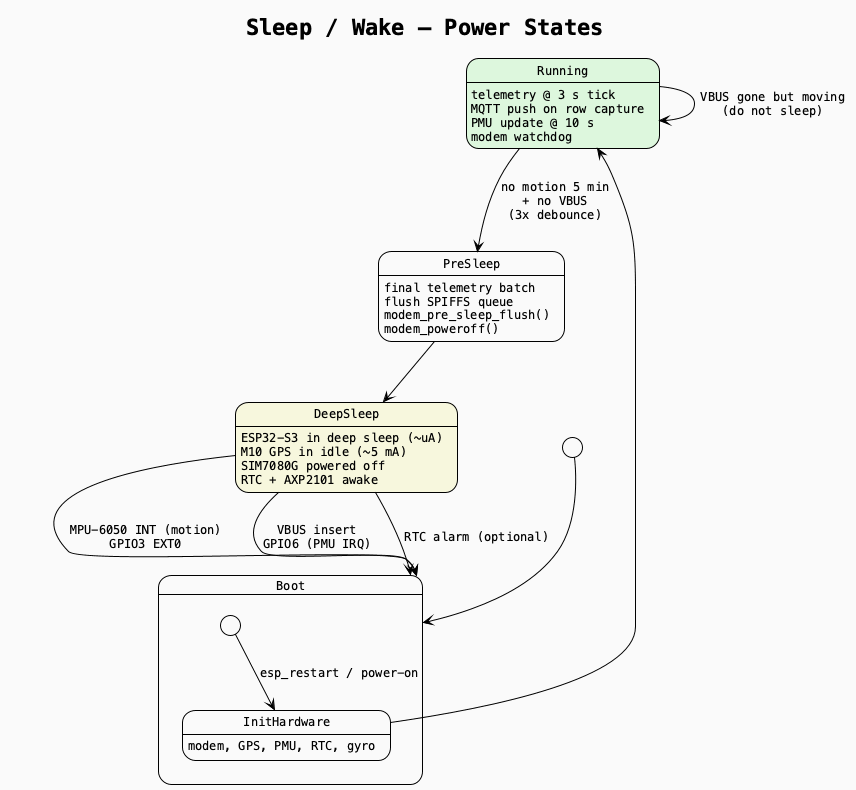
This is docs/sleep_wake.png from TheInGoF/IDTelemetry, a PlantUML export, as it was before one commit.
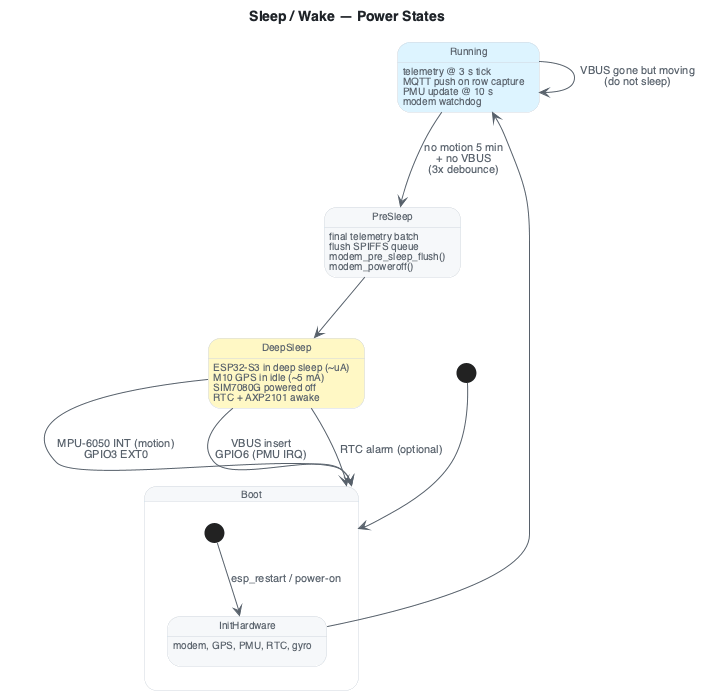
After the change.

Change to the diagram source:
```diff
@@ -1,8 +1,5 @@
 @startuml sleep_wake
-!theme plain
-skinparam backgroundColor #FAFAFA
-skinparam defaultFontName Menlo
-skinparam defaultFontSize 12
+!include _theme.puml
 
 title Sleep / Wake — Power States
 
@@ -14,14 +11,14 @@
   InitHardware --> Running
 }
 
-state Running #DDF7DD {
+state Running #DDF4FF {
   Running : telemetry @ 3 s tick
   Running : MQTT push on row capture
   Running : PMU update @ 10 s
   Running : modem watchdog
 }
 
-state DeepSleep #F7F7DD {
+state DeepSleep #FFF8C5 {
   DeepSleep : ESP32-S3 in deep sleep (~uA)
   DeepSleep : M10 GPS in idle (~5 mA)
   DeepSleep : SIM7080G powered off
```
